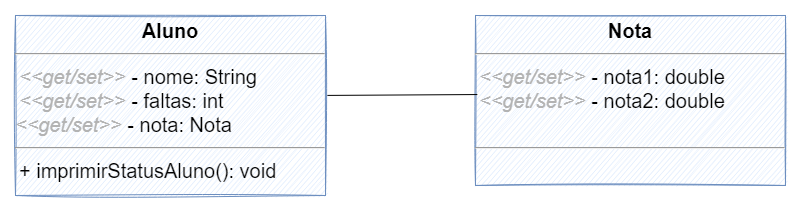
michelelozada/Java-Study-Notes keeps this draw.io diagram as files/assets/uml/status-aluno.png. Above is the earlier version. Source tidied: cells renumbered, new cells last; positions are measured from the earlier drawing's top-left corner, leaving out a move shared by most shapes.
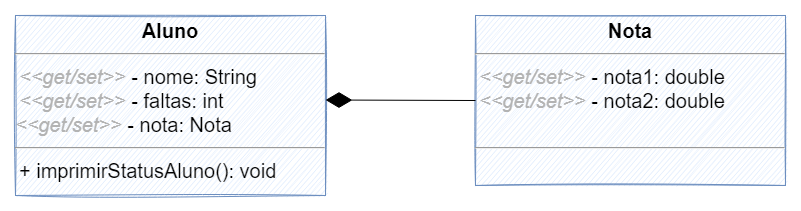
After the change.

What changed in the source:
```diff
@@ -8,8 +8,11 @@
     <mxCell id="3" value="&lt;p style=&quot;margin: 4px 0px 0px; text-align: center; font-size: 20px;&quot;&gt;&lt;b&gt;Aluno&lt;/b&gt;&lt;/p&gt;&lt;hr style=&quot;font-size: 20px;&quot;&gt;&lt;p style=&quot;margin: 0px 0px 0px 4px; font-size: 20px;&quot;&gt;&lt;font color=&quot;#b3b3b3&quot;&gt;&lt;i&gt;&amp;lt;&amp;lt;get/set&amp;gt;&amp;gt;&lt;/i&gt; &lt;/font&gt;- nome: String&lt;br style=&quot;font-size: 20px;&quot;&gt;&lt;i&gt;&lt;font color=&quot;#b3b3b3&quot;&gt;&amp;lt;&amp;lt;get/set&amp;gt;&amp;gt;&lt;/font&gt;&lt;/i&gt; - faltas: int&lt;/p&gt;&lt;i&gt;&lt;font color=&quot;#b3b3b3&quot;&gt;&amp;lt;&amp;lt;get/set&amp;gt;&amp;gt;&lt;/font&gt;&lt;/i&gt;&amp;nbsp;- nota&lt;span style=&quot;background-color: initial;&quot;&gt;: Nota&lt;/span&gt;&lt;br&gt;&lt;hr style=&quot;font-size: 20px;&quot;&gt;&lt;p style=&quot;margin: 0px 0px 0px 4px; font-size: 20px;&quot;&gt;+ imprimirStatusAluno(): void&lt;br&gt;&lt;/p&gt;&lt;p style=&quot;margin: 0px 0px 0px 4px; font-size: 20px;&quot;&gt;&lt;br&gt;&lt;/p&gt;&lt;p style=&quot;margin: 0px 0px 0px 4px; font-size: 20px;&quot;&gt;&lt;br&gt;&lt;/p&gt;&lt;p style=&quot;margin: 0px 0px 0px 4px; font-size: 20px;&quot;&gt;&lt;br&gt;&lt;/p&gt;" style="verticalAlign=top;align=left;overflow=fill;fontSize=20;fontFamily=Helvetica;html=1;fillColor=#dae8fc;strokeColor=#6c8ebf;fontStyle=0;sketch=1;" parent="1" vertex="1">
       <mxGeometry width="310" height="180" as="geometry" />
     </mxCell>
-    <mxCell id="4" style="endArrow=none;html=1;rounded=0;fontSize=15;fontColor=#B3B3B3;exitX=1.006;exitY=0.444;exitDx=0;exitDy=0;exitPerimeter=0;entryX=0.006;entryY=0.465;entryDx=0;entryDy=0;entryPerimeter=0;" parent="1" edge="1" source="3" target="2">
-      <mxGeometry relative="1" as="geometry" />
-    </mxCell>
+    <mxCell id="5" style="endArrow=diamondThin;endFill=1;endSize=24;html=1;rounded=0;" parent="1" edge="1">
+      <mxGeometry relative="1" as="geometry">
+        <mxPoint x="460" y="85" as="sourcePoint" />
+        <mxPoint x="310" y="84.5" as="targetPoint" />
+      </mxGeometry>
+    </mxCell>
   </root>
 </mxGraphModel>
```
